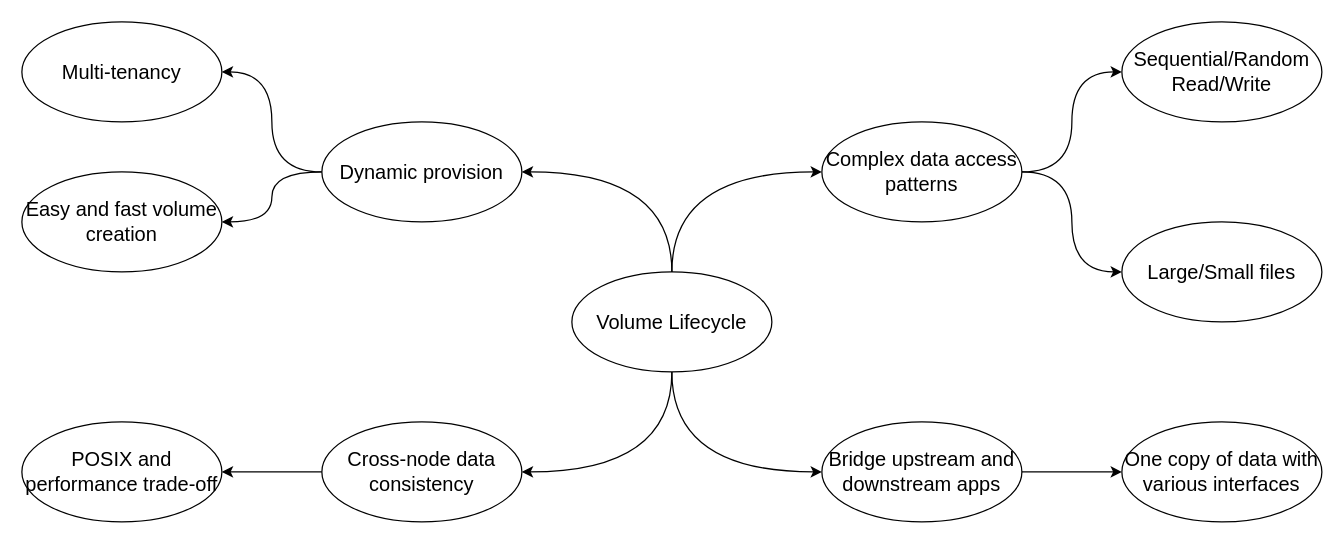
The draw.io diagram chubaofs/src/cloud_native_storage_mindmap.drawio in shuoranliu/drawio, before the edit. Source tidied: cells renumbered, new cells numbered last; positions are measured from the earlier drawing's top-left corner, leaving out a move shared by most shapes. Both pictures are drawn from the tidied source at 125%, with x=0, y=0 at pixel (21, 21).
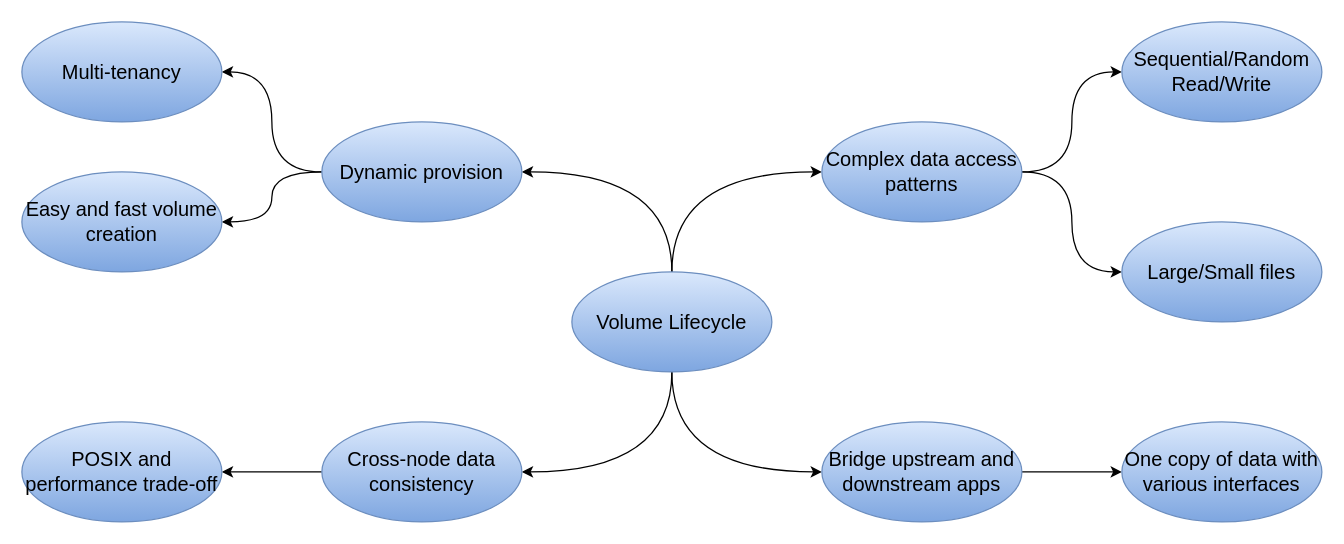
The same diagram, later.

Change to the diagram source:
```diff
@@
-    <mxCell id="6" value="&lt;font style=&quot;font-size: 16px&quot;&gt;Volume Lifecycle&lt;/font&gt;" style="ellipse;whiteSpace=wrap;html=1;" parent="1" vertex="1">
+    <mxCell id="6" value="&lt;font style=&quot;font-size: 16px&quot;&gt;Volume Lifecycle&lt;/font&gt;" style="ellipse;whiteSpace=wrap;html=1;gradientColor=#7ea6e0;fillColor=#dae8fc;strokeColor=#6c8ebf;" parent="1" vertex="1">
       <mxGeometry x="440" y="200" width="160" height="80" as="geometry" />
     </mxCell>
@@
-    <mxCell id="9" value="&lt;font style=&quot;font-size: 16px&quot;&gt;Dynamic provision&lt;/font&gt;" style="ellipse;whiteSpace=wrap;html=1;" parent="1" vertex="1">
+    <mxCell id="9" value="&lt;font style=&quot;font-size: 16px&quot;&gt;Dynamic provision&lt;/font&gt;" style="ellipse;whiteSpace=wrap;html=1;fillColor=#dae8fc;strokeColor=#6c8ebf;gradientColor=#7ea6e0;" parent="1" vertex="1">
       <mxGeometry x="240" y="80" width="160" height="80" as="geometry" />
     </mxCell>
-    <mxCell id="10" value="&lt;font style=&quot;font-size: 16px&quot;&gt;Multi-tenancy&lt;/font&gt;" style="ellipse;whiteSpace=wrap;html=1;" parent="1" vertex="1">
+    <mxCell id="10" value="&lt;font style=&quot;font-size: 16px&quot;&gt;Multi-tenancy&lt;/font&gt;" style="ellipse;whiteSpace=wrap;html=1;gradientColor=#7ea6e0;fillColor=#dae8fc;strokeColor=#6c8ebf;" parent="1" vertex="1">
       <mxGeometry width="160" height="80" as="geometry" />
     </mxCell>
-    <mxCell id="11" value="&lt;font style=&quot;font-size: 16px&quot;&gt;Easy and fast volume creation&lt;/font&gt;" style="ellipse;whiteSpace=wrap;html=1;" parent="1" vertex="1">
+    <mxCell id="11" value="&lt;font style=&quot;font-size: 16px&quot;&gt;Easy and fast volume creation&lt;/font&gt;" style="ellipse;whiteSpace=wrap;html=1;gradientColor=#7ea6e0;fillColor=#dae8fc;strokeColor=#6c8ebf;" parent="1" vertex="1">
       <mxGeometry y="120" width="160" height="80" as="geometry" />
     </mxCell>
@@
-    <mxCell id="14" value="&lt;font style=&quot;font-size: 16px&quot;&gt;Complex data access patterns&lt;/font&gt;" style="ellipse;whiteSpace=wrap;html=1;" parent="1" vertex="1">
+    <mxCell id="14" value="&lt;font style=&quot;font-size: 16px&quot;&gt;Complex data access patterns&lt;/font&gt;" style="ellipse;whiteSpace=wrap;html=1;gradientColor=#7ea6e0;fillColor=#dae8fc;strokeColor=#6c8ebf;" parent="1" vertex="1">
       <mxGeometry x="640" y="80" width="160" height="80" as="geometry" />
     </mxCell>
-    <mxCell id="15" value="&lt;font style=&quot;font-size: 16px&quot;&gt;Sequential/Random Read/Write&lt;/font&gt;" style="ellipse;whiteSpace=wrap;html=1;" parent="1" vertex="1">
+    <mxCell id="15" value="&lt;font style=&quot;font-size: 16px&quot;&gt;Sequential/Random Read/Write&lt;/font&gt;" style="ellipse;whiteSpace=wrap;html=1;gradientColor=#7ea6e0;fillColor=#dae8fc;strokeColor=#6c8ebf;" parent="1" vertex="1">
       <mxGeometry x="880" width="160" height="80" as="geometry" />
     </mxCell>
-    <mxCell id="16" value="&lt;font style=&quot;font-size: 16px&quot;&gt;Large/Small files&lt;/font&gt;" style="ellipse;whiteSpace=wrap;html=1;" parent="1" vertex="1">
+    <mxCell id="16" value="&lt;font style=&quot;font-size: 16px&quot;&gt;Large/Small files&lt;/font&gt;" style="ellipse;whiteSpace=wrap;html=1;gradientColor=#7ea6e0;fillColor=#dae8fc;strokeColor=#6c8ebf;" parent="1" vertex="1">
       <mxGeometry x="880" y="160" width="160" height="80" as="geometry" />
     </mxCell>
@@
-    <mxCell id="18" value="&lt;font style=&quot;font-size: 16px&quot;&gt;Cross-node data consistency&lt;/font&gt;" style="ellipse;whiteSpace=wrap;html=1;" parent="1" vertex="1">
+    <mxCell id="18" value="&lt;font style=&quot;font-size: 16px&quot;&gt;Cross-node data consistency&lt;/font&gt;" style="ellipse;whiteSpace=wrap;html=1;gradientColor=#7ea6e0;fillColor=#dae8fc;strokeColor=#6c8ebf;" parent="1" vertex="1">
       <mxGeometry x="240" y="320" width="160" height="80" as="geometry" />
     </mxCell>
-    <mxCell id="19" value="&lt;font style=&quot;font-size: 16px&quot;&gt;POSIX and performance trade-off&lt;/font&gt;" style="ellipse;whiteSpace=wrap;html=1;" parent="1" vertex="1">
+    <mxCell id="19" value="&lt;font style=&quot;font-size: 16px&quot;&gt;POSIX and performance trade-off&lt;/font&gt;" style="ellipse;whiteSpace=wrap;html=1;gradientColor=#7ea6e0;fillColor=#dae8fc;strokeColor=#6c8ebf;" parent="1" vertex="1">
       <mxGeometry y="320" width="160" height="80" as="geometry" />
     </mxCell>
@@
-    <mxCell id="21" value="&lt;font style=&quot;font-size: 16px&quot;&gt;Bridge upstream and downstream apps&lt;/font&gt;" style="ellipse;whiteSpace=wrap;html=1;" parent="1" vertex="1">
+    <mxCell id="21" value="&lt;font style=&quot;font-size: 16px&quot;&gt;Bridge upstream and downstream apps&lt;/font&gt;" style="ellipse;whiteSpace=wrap;html=1;gradientColor=#7ea6e0;fillColor=#dae8fc;strokeColor=#6c8ebf;" parent="1" vertex="1">
       <mxGeometry x="640" y="320" width="160" height="80" as="geometry" />
     </mxCell>
-    <mxCell id="22" value="&lt;font style=&quot;font-size: 16px&quot;&gt;One copy of data with various interfaces&lt;/font&gt;" style="ellipse;whiteSpace=wrap;html=1;" parent="1" vertex="1">
+    <mxCell id="22" value="&lt;font style=&quot;font-size: 16px&quot;&gt;One copy of data with various interfaces&lt;/font&gt;" style="ellipse;whiteSpace=wrap;html=1;gradientColor=#7ea6e0;fillColor=#dae8fc;strokeColor=#6c8ebf;" parent="1" vertex="1">
       <mxGeometry x="880" y="320" width="160" height="80" as="geometry" />
     </mxCell>
```
